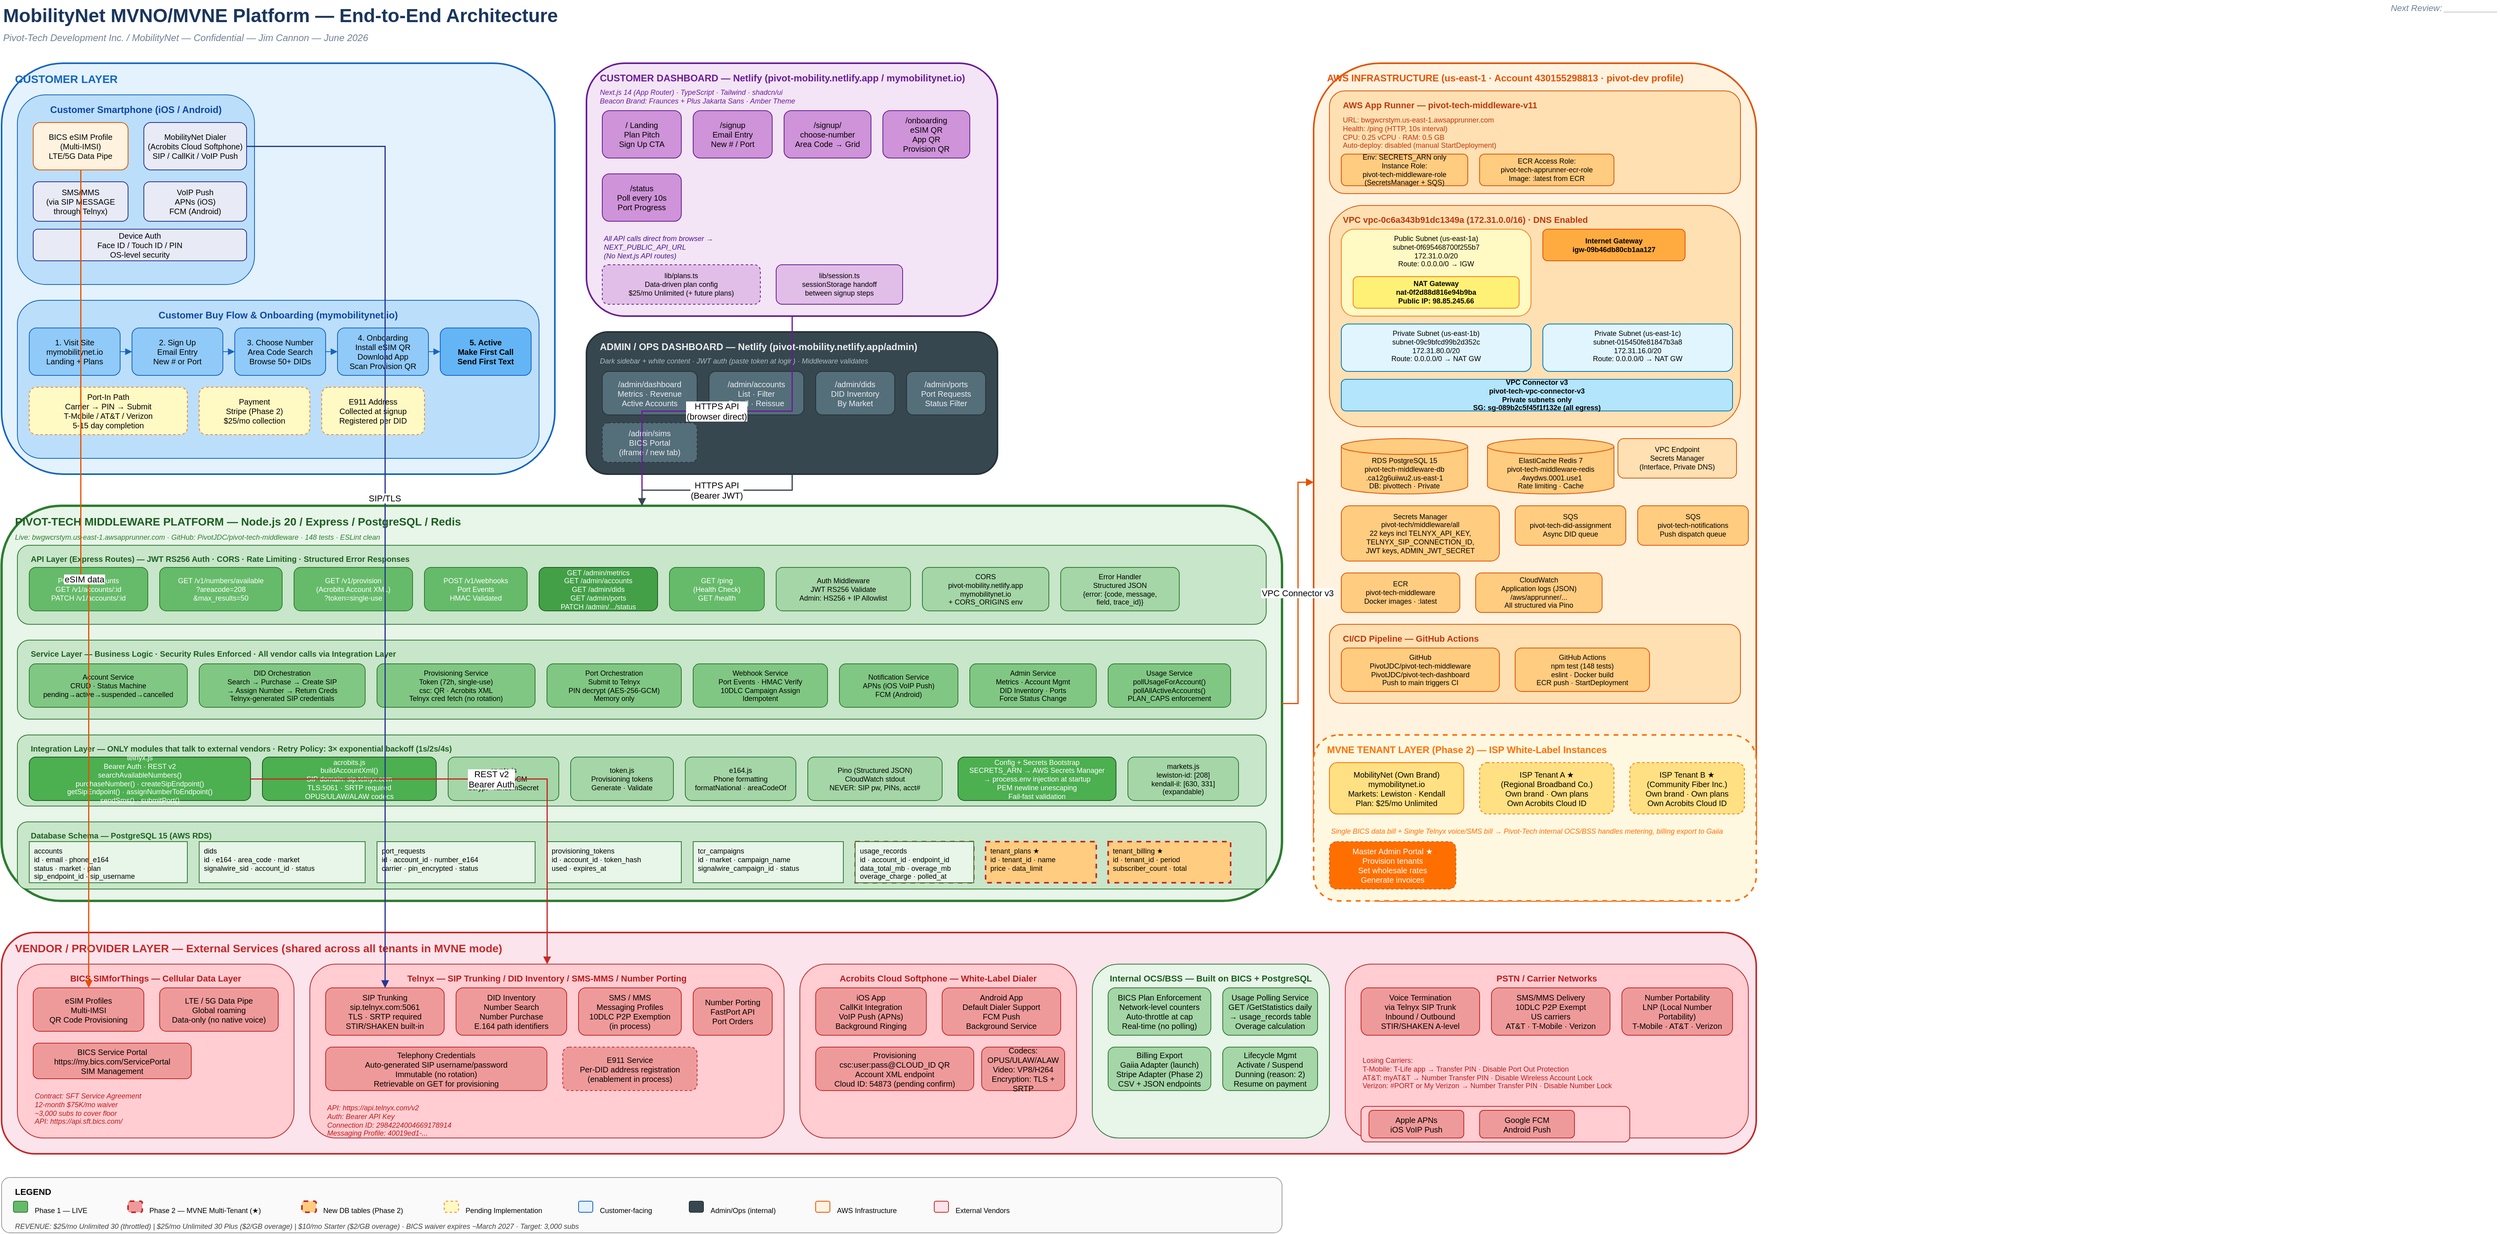
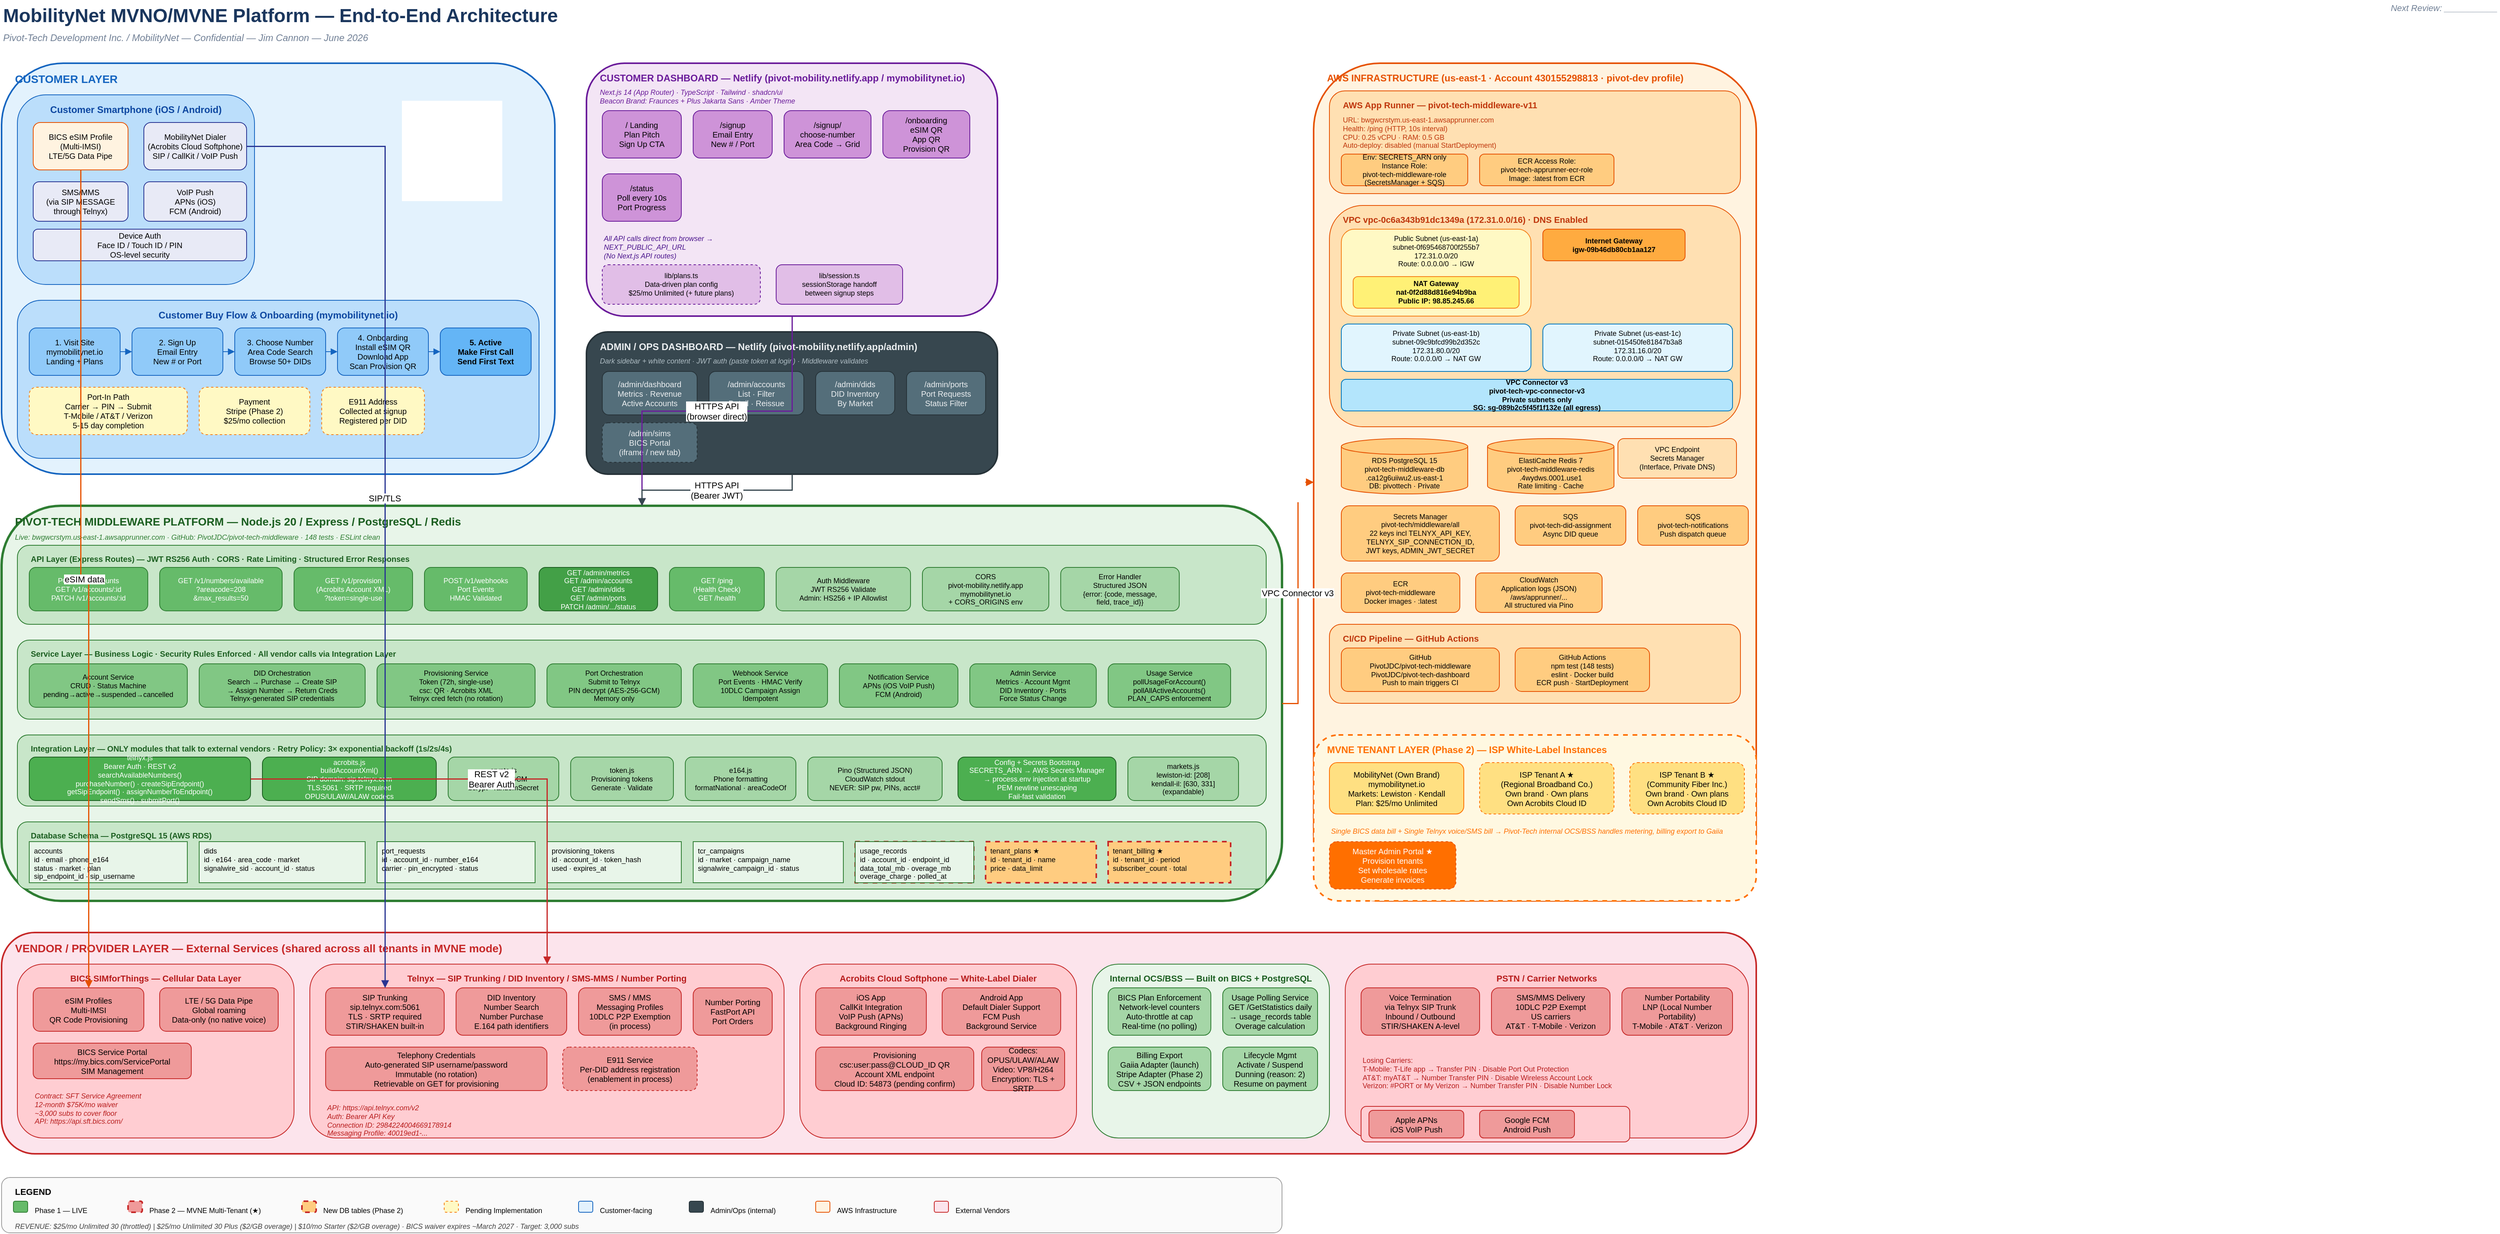
<?xml version="1.0" encoding="UTF-8"?>
- <mxfile host="app.diagrams.net" modified="2026-06-17T00:00:00.000Z" agent="Claude" version="24.0.0" type="device">
-   <diagram id="mobilitynet-e2e" name="MobilityNet E2E Architecture"><mxGraphModel dx="2800" dy="2000" grid="1" gridSize="10" guides="1" tooltips="1" connect="1" arrows="1" fold="1" page="1" pageScale="1" pageWidth="3300" pageHeight="2550" math="0" shadow="0">
+ <mxfile host="app.diagrams.net" modified="2026-06-24T00:00:00.000Z" agent="Pivot-Tech" version="24.7.6" type="device">
+   <diagram id="mobilitynet-e2e" name="MobilityNet E2E Architecture">
+     <mxGraphModel dx="2800" dy="2000" grid="1" gridSize="10" guides="1" tooltips="1" connect="1" arrows="1" fold="1" page="1" pageScale="1" pageWidth="3300" pageHeight="2550" math="0" shadow="0">
  <root>
    <mxCell id="0" />
    <mxCell id="1" parent="0" />

    <!-- ============================================================ -->
    <!-- TITLE BLOCK -->
    <!-- ============================================================ -->
    <mxCell id="title" value="MobilityNet MVNO/MVNE Platform — End-to-End Architecture" style="text;html=1;strokeColor=none;fillColor=none;align=left;verticalAlign=middle;whiteSpace=wrap;rounded=0;fontSize=24;fontStyle=1;fontColor=#1a365d;" vertex="1" parent="1">
      <mxGeometry x="40" y="20" width="1600" height="40" as="geometry" />
    </mxCell>
    <mxCell id="subtitle" value="Pivot-Tech Development Inc. / MobilityNet — Confidential — Jim Cannon — June 2026" style="text;html=1;strokeColor=none;fillColor=none;align=left;verticalAlign=middle;whiteSpace=wrap;rounded=0;fontSize=12;fontStyle=2;fontColor=#718096;" vertex="1" parent="1">
      <mxGeometry x="40" y="58" width="1200" height="20" as="geometry" />
    </mxCell>
    <mxCell id="version" value="Next Review: ___________" style="text;html=1;strokeColor=none;fillColor=none;align=right;verticalAlign=middle;whiteSpace=wrap;rounded=0;fontSize=11;fontStyle=2;fontColor=#718096;" vertex="1" parent="1">
      <mxGeometry x="2800" y="20" width="400" height="20" as="geometry" />
    </mxCell>

    <!-- ============================================================ -->
    <!-- ZONE 1: CUSTOMER LAYER (top-left) -->
    <!-- ============================================================ -->
    <mxCell id="customer_bg" value="" style="rounded=1;whiteSpace=wrap;html=1;fillColor=#e3f2fd;strokeColor=#1565c0;strokeWidth=2;verticalAlign=top;" vertex="1" parent="1">
      <mxGeometry x="40" y="100" width="700" height="520" as="geometry" />
    </mxCell>
    <mxCell id="customer_label" value="CUSTOMER LAYER" style="text;html=1;strokeColor=none;fillColor=none;align=left;verticalAlign=top;whiteSpace=wrap;rounded=0;fontSize=14;fontStyle=1;fontColor=#1565c0;" vertex="1" parent="1">
      <mxGeometry x="55" y="105" width="300" height="24" as="geometry" />
    </mxCell>

    <!-- Customer Device -->
    <mxCell id="cust_device_bg" value="" style="rounded=1;whiteSpace=wrap;html=1;fillColor=#bbdefb;strokeColor=#1565c0;strokeWidth=1;" vertex="1" parent="1">
      <mxGeometry x="60" y="140" width="300" height="240" as="geometry" />
    </mxCell>
    <mxCell id="cust_device_label" value="Customer Smartphone (iOS / Android)" style="text;html=1;strokeColor=none;fillColor=none;align=center;verticalAlign=top;whiteSpace=wrap;rounded=0;fontSize=12;fontStyle=1;fontColor=#0d47a1;" vertex="1" parent="1">
      <mxGeometry x="60" y="145" width="300" height="20" as="geometry" />
    </mxCell>
    <mxCell id="esim" value="BICS eSIM Profile&#xa;(Multi-IMSI)&#xa;LTE/5G Data Pipe" style="rounded=1;whiteSpace=wrap;html=1;fillColor=#fff3e0;strokeColor=#e65100;fontSize=10;fontStyle=0;" vertex="1" parent="1">
      <mxGeometry x="80" y="175" width="120" height="60" as="geometry" />
    </mxCell>
    <mxCell id="dialer_app" value="MobilityNet Dialer&#xa;(Acrobits Cloud Softphone)&#xa;SIP / CallKit / VoIP Push" style="rounded=1;whiteSpace=wrap;html=1;fillColor=#e8eaf6;strokeColor=#283593;fontSize=10;fontStyle=0;" vertex="1" parent="1">
      <mxGeometry x="220" y="175" width="130" height="60" as="geometry" />
    </mxCell>
    <mxCell id="native_sms" value="SMS/MMS&#xa;(via SIP MESSAGE&#xa;through Telnyx)" style="rounded=1;whiteSpace=wrap;html=1;fillColor=#e8eaf6;strokeColor=#283593;fontSize=10;" vertex="1" parent="1">
      <mxGeometry x="80" y="250" width="120" height="50" as="geometry" />
    </mxCell>
    <mxCell id="voip_push" value="VoIP Push&#xa;APNs (iOS)&#xa;FCM (Android)" style="rounded=1;whiteSpace=wrap;html=1;fillColor=#e8eaf6;strokeColor=#283593;fontSize=10;" vertex="1" parent="1">
      <mxGeometry x="220" y="250" width="130" height="50" as="geometry" />
    </mxCell>
    <mxCell id="device_auth" value="Device Auth&#xa;Face ID / Touch ID / PIN&#xa;OS-level security" style="rounded=1;whiteSpace=wrap;html=1;fillColor=#e8eaf6;strokeColor=#283593;fontSize=10;" vertex="1" parent="1">
      <mxGeometry x="80" y="310" width="270" height="40" as="geometry" />
    </mxCell>

    <!-- Customer Journey -->
    <mxCell id="journey_bg" value="" style="rounded=1;whiteSpace=wrap;html=1;fillColor=#bbdefb;strokeColor=#1565c0;strokeWidth=1;" vertex="1" parent="1">
      <mxGeometry x="60" y="400" width="660" height="200" as="geometry" />
    </mxCell>
    <mxCell id="journey_label" value="Customer Buy Flow &amp; Onboarding (mymobilitynet.io)" style="text;html=1;strokeColor=none;fillColor=none;align=center;verticalAlign=top;whiteSpace=wrap;rounded=0;fontSize=12;fontStyle=1;fontColor=#0d47a1;" vertex="1" parent="1">
      <mxGeometry x="60" y="405" width="660" height="20" as="geometry" />
    </mxCell>

    <mxCell id="step1" value="1. Visit Site&#xa;mymobilitynet.io&#xa;Landing + Plans" style="rounded=1;whiteSpace=wrap;html=1;fillColor=#90caf9;strokeColor=#1565c0;fontSize=10;" vertex="1" parent="1">
      <mxGeometry x="75" y="435" width="115" height="60" as="geometry" />
    </mxCell>
    <mxCell id="step2" value="2. Sign Up&#xa;Email Entry&#xa;New # or Port" style="rounded=1;whiteSpace=wrap;html=1;fillColor=#90caf9;strokeColor=#1565c0;fontSize=10;" vertex="1" parent="1">
      <mxGeometry x="205" y="435" width="115" height="60" as="geometry" />
    </mxCell>
    <mxCell id="step3" value="3. Choose Number&#xa;Area Code Search&#xa;Browse 50+ DIDs" style="rounded=1;whiteSpace=wrap;html=1;fillColor=#90caf9;strokeColor=#1565c0;fontSize=10;" vertex="1" parent="1">
      <mxGeometry x="335" y="435" width="115" height="60" as="geometry" />
    </mxCell>
    <mxCell id="step4" value="4. Onboarding&#xa;Install eSIM QR&#xa;Download App&#xa;Scan Provision QR" style="rounded=1;whiteSpace=wrap;html=1;fillColor=#90caf9;strokeColor=#1565c0;fontSize=10;" vertex="1" parent="1">
      <mxGeometry x="465" y="435" width="115" height="60" as="geometry" />
    </mxCell>
    <mxCell id="step5" value="5. Active&#xa;Make First Call&#xa;Send First Text" style="rounded=1;whiteSpace=wrap;html=1;fillColor=#64b5f6;strokeColor=#1565c0;fontSize=10;fontStyle=1;" vertex="1" parent="1">
      <mxGeometry x="595" y="435" width="115" height="60" as="geometry" />
    </mxCell>

    <!-- Arrows between steps -->
    <mxCell id="s1s2" value="" style="endArrow=block;endFill=1;strokeColor=#1565c0;" edge="1" parent="1" source="step1" target="step2"><mxGeometry relative="1" as="geometry" /></mxCell>
    <mxCell id="s2s3" value="" style="endArrow=block;endFill=1;strokeColor=#1565c0;" edge="1" parent="1" source="step2" target="step3"><mxGeometry relative="1" as="geometry" /></mxCell>
    <mxCell id="s3s4" value="" style="endArrow=block;endFill=1;strokeColor=#1565c0;" edge="1" parent="1" source="step3" target="step4"><mxGeometry relative="1" as="geometry" /></mxCell>
    <mxCell id="s4s5" value="" style="endArrow=block;endFill=1;strokeColor=#1565c0;" edge="1" parent="1" source="step4" target="step5"><mxGeometry relative="1" as="geometry" /></mxCell>

    <!-- Port flow -->
    <mxCell id="port_flow" value="Port-In Path&#xa;Carrier → PIN → Submit&#xa;T-Mobile / AT&amp;T / Verizon&#xa;5-15 day completion" style="rounded=1;whiteSpace=wrap;html=1;fillColor=#fff9c4;strokeColor=#f57f17;fontSize=10;dashed=1;" vertex="1" parent="1">
      <mxGeometry x="75" y="510" width="200" height="60" as="geometry" />
    </mxCell>
    <mxCell id="payment_flow" value="Payment&#xa;Stripe (Phase 2)&#xa;$25/mo collection" style="rounded=1;whiteSpace=wrap;html=1;fillColor=#fff9c4;strokeColor=#f57f17;fontSize=10;dashed=1;" vertex="1" parent="1">
      <mxGeometry x="290" y="510" width="140" height="60" as="geometry" />
    </mxCell>
    <mxCell id="e911_flow" value="E911 Address&#xa;Collected at signup&#xa;Registered per DID" style="rounded=1;whiteSpace=wrap;html=1;fillColor=#fff9c4;strokeColor=#f57f17;fontSize=10;dashed=1;" vertex="1" parent="1">
      <mxGeometry x="445" y="510" width="130" height="60" as="geometry" />
    </mxCell>

    <!-- ============================================================ -->
    <!-- ZONE 2: CUSTOMER DASHBOARD (Netlify) -->
    <!-- ============================================================ -->
    <mxCell id="netlify_bg" value="" style="rounded=1;whiteSpace=wrap;html=1;fillColor=#f3e5f5;strokeColor=#6a1b9a;strokeWidth=2;verticalAlign=top;" vertex="1" parent="1">
      <mxGeometry x="780" y="100" width="520" height="320" as="geometry" />
    </mxCell>
    <mxCell id="netlify_label" value="CUSTOMER DASHBOARD — Netlify (pivot-mobility.netlify.app / mymobilitynet.io)" style="text;html=1;strokeColor=none;fillColor=none;align=left;verticalAlign=top;whiteSpace=wrap;rounded=0;fontSize=12;fontStyle=1;fontColor=#6a1b9a;" vertex="1" parent="1">
      <mxGeometry x="795" y="105" width="490" height="20" as="geometry" />
    </mxCell>
    <mxCell id="netlify_stack" value="Next.js 14 (App Router) · TypeScript · Tailwind · shadcn/ui&#xa;Beacon Brand: Fraunces + Plus Jakarta Sans · Amber Theme" style="text;html=1;strokeColor=none;fillColor=none;align=left;verticalAlign=top;whiteSpace=wrap;rounded=0;fontSize=9;fontStyle=2;fontColor=#6a1b9a;" vertex="1" parent="1">
      <mxGeometry x="795" y="125" width="490" height="24" as="geometry" />
    </mxCell>

    <mxCell id="pg_landing" value="/ Landing&#xa;Plan Pitch&#xa;Sign Up CTA" style="rounded=1;whiteSpace=wrap;html=1;fillColor=#ce93d8;strokeColor=#6a1b9a;fontSize=10;" vertex="1" parent="1">
      <mxGeometry x="800" y="160" width="100" height="60" as="geometry" />
    </mxCell>
    <mxCell id="pg_signup" value="/signup&#xa;Email Entry&#xa;New # / Port" style="rounded=1;whiteSpace=wrap;html=1;fillColor=#ce93d8;strokeColor=#6a1b9a;fontSize=10;" vertex="1" parent="1">
      <mxGeometry x="915" y="160" width="100" height="60" as="geometry" />
    </mxCell>
    <mxCell id="pg_choose" value="/signup/&#xa;choose-number&#xa;Area Code → Grid" style="rounded=1;whiteSpace=wrap;html=1;fillColor=#ce93d8;strokeColor=#6a1b9a;fontSize=10;" vertex="1" parent="1">
      <mxGeometry x="1030" y="160" width="110" height="60" as="geometry" />
    </mxCell>
    <mxCell id="pg_onboard" value="/onboarding&#xa;eSIM QR&#xa;App QR&#xa;Provision QR" style="rounded=1;whiteSpace=wrap;html=1;fillColor=#ce93d8;strokeColor=#6a1b9a;fontSize=10;" vertex="1" parent="1">
      <mxGeometry x="1155" y="160" width="110" height="60" as="geometry" />
    </mxCell>
    <mxCell id="pg_status" value="/status&#xa;Poll every 10s&#xa;Port Progress" style="rounded=1;whiteSpace=wrap;html=1;fillColor=#ce93d8;strokeColor=#6a1b9a;fontSize=10;" vertex="1" parent="1">
      <mxGeometry x="800" y="240" width="100" height="60" as="geometry" />
    </mxCell>

    <!-- API calls label -->
    <mxCell id="api_calls_label" value="All API calls direct from browser →&#xa;NEXT_PUBLIC_API_URL&#xa;(No Next.js API routes)" style="text;html=1;strokeColor=none;fillColor=none;align=left;verticalAlign=top;whiteSpace=wrap;rounded=0;fontSize=9;fontStyle=2;fontColor=#4a148c;" vertex="1" parent="1">
      <mxGeometry x="800" y="310" width="200" height="40" as="geometry" />
    </mxCell>

    <!-- Data-driven plans -->
    <mxCell id="plans_config" value="lib/plans.ts&#xa;Data-driven plan config&#xa;$25/mo Unlimited (+ future plans)" style="rounded=1;whiteSpace=wrap;html=1;fillColor=#e1bee7;strokeColor=#6a1b9a;fontSize=9;dashed=1;" vertex="1" parent="1">
      <mxGeometry x="800" y="355" width="200" height="50" as="geometry" />
    </mxCell>
    <mxCell id="session_store" value="lib/session.ts&#xa;sessionStorage handoff&#xa;between signup steps" style="rounded=1;whiteSpace=wrap;html=1;fillColor=#e1bee7;strokeColor=#6a1b9a;fontSize=9;" vertex="1" parent="1">
      <mxGeometry x="1020" y="355" width="160" height="50" as="geometry" />
    </mxCell>

    <!-- ============================================================ -->
    <!-- ZONE 3: ADMIN / OPS DASHBOARD -->
    <!-- ============================================================ -->
    <mxCell id="admin_bg" value="" style="rounded=1;whiteSpace=wrap;html=1;fillColor=#37474f;strokeColor=#263238;strokeWidth=2;verticalAlign=top;" vertex="1" parent="1">
      <mxGeometry x="780" y="440" width="520" height="180" as="geometry" />
    </mxCell>
    <mxCell id="admin_label" value="ADMIN / OPS DASHBOARD — Netlify (pivot-mobility.netlify.app/admin)" style="text;html=1;strokeColor=none;fillColor=none;align=left;verticalAlign=top;whiteSpace=wrap;rounded=0;fontSize=12;fontStyle=1;fontColor=#eceff1;" vertex="1" parent="1">
      <mxGeometry x="795" y="445" width="490" height="20" as="geometry" />
    </mxCell>
    <mxCell id="admin_stack" value="Dark sidebar + white content · JWT auth (paste token at login) · Middleware validates" style="text;html=1;strokeColor=none;fillColor=none;align=left;verticalAlign=top;whiteSpace=wrap;rounded=0;fontSize=9;fontStyle=2;fontColor=#b0bec5;" vertex="1" parent="1">
      <mxGeometry x="795" y="465" width="490" height="16" as="geometry" />
    </mxCell>

    <mxCell id="adm_dash" value="/admin/dashboard&#xa;Metrics · Revenue&#xa;Active Accounts" style="rounded=1;whiteSpace=wrap;html=1;fillColor=#546e7a;strokeColor=#263238;fontColor=#eceff1;fontSize=10;" vertex="1" parent="1">
      <mxGeometry x="800" y="490" width="120" height="55" as="geometry" />
    </mxCell>
    <mxCell id="adm_accts" value="/admin/accounts&#xa;List · Filter&#xa;Detail · Reissue" style="rounded=1;whiteSpace=wrap;html=1;fillColor=#546e7a;strokeColor=#263238;fontColor=#eceff1;fontSize=10;" vertex="1" parent="1">
      <mxGeometry x="935" y="490" width="120" height="55" as="geometry" />
    </mxCell>
    <mxCell id="adm_dids" value="/admin/dids&#xa;DID Inventory&#xa;By Market" style="rounded=1;whiteSpace=wrap;html=1;fillColor=#546e7a;strokeColor=#263238;fontColor=#eceff1;fontSize=10;" vertex="1" parent="1">
      <mxGeometry x="1070" y="490" width="100" height="55" as="geometry" />
    </mxCell>
    <mxCell id="adm_ports" value="/admin/ports&#xa;Port Requests&#xa;Status Filter" style="rounded=1;whiteSpace=wrap;html=1;fillColor=#546e7a;strokeColor=#263238;fontColor=#eceff1;fontSize=10;" vertex="1" parent="1">
      <mxGeometry x="1185" y="490" width="100" height="55" as="geometry" />
    </mxCell>
    <mxCell id="adm_sims" value="/admin/sims&#xa;BICS Portal&#xa;(iframe / new tab)" style="rounded=1;whiteSpace=wrap;html=1;fillColor=#546e7a;strokeColor=#263238;fontColor=#eceff1;fontSize=10;dashed=1;" vertex="1" parent="1">
      <mxGeometry x="800" y="555" width="120" height="50" as="geometry" />
    </mxCell>

    <!-- ============================================================ -->
    <!-- ZONE 4: MIDDLEWARE PLATFORM (center) -->
    <!-- ============================================================ -->
    <mxCell id="mw_bg" value="" style="rounded=1;whiteSpace=wrap;html=1;fillColor=#e8f5e9;strokeColor=#2e7d32;strokeWidth=3;verticalAlign=top;" vertex="1" parent="1">
      <mxGeometry x="40" y="660" width="1620" height="500" as="geometry" />
    </mxCell>
    <mxCell id="mw_label" value="PIVOT-TECH MIDDLEWARE PLATFORM — Node.js 20 / Express / PostgreSQL / Redis" style="text;html=1;strokeColor=none;fillColor=none;align=left;verticalAlign=top;whiteSpace=wrap;rounded=0;fontSize=14;fontStyle=1;fontColor=#1b5e20;" vertex="1" parent="1">
      <mxGeometry x="55" y="665" width="800" height="24" as="geometry" />
    </mxCell>
    <mxCell id="mw_url" value="Live: bwgwcrstym.us-east-1.awsapprunner.com · GitHub: PivotJDC/pivot-tech-middleware · 148 tests · ESLint clean" style="text;html=1;strokeColor=none;fillColor=none;align=left;verticalAlign=top;whiteSpace=wrap;rounded=0;fontSize=9;fontStyle=2;fontColor=#2e7d32;" vertex="1" parent="1">
      <mxGeometry x="55" y="688" width="800" height="16" as="geometry" />
    </mxCell>

    <!-- API Layer -->
    <mxCell id="api_layer_bg" value="" style="rounded=1;whiteSpace=wrap;html=1;fillColor=#c8e6c9;strokeColor=#2e7d32;strokeWidth=1;" vertex="1" parent="1">
      <mxGeometry x="60" y="710" width="1580" height="100" as="geometry" />
    </mxCell>
    <mxCell id="api_layer_label" value="API Layer (Express Routes) — JWT RS256 Auth · CORS · Rate Limiting · Structured Error Responses" style="text;html=1;strokeColor=none;fillColor=none;align=left;verticalAlign=top;whiteSpace=wrap;rounded=0;fontSize=10;fontStyle=1;fontColor=#1b5e20;" vertex="1" parent="1">
      <mxGeometry x="75" y="715" width="700" height="16" as="geometry" />
    </mxCell>

    <mxCell id="rt_accounts" value="POST /v1/accounts&#xa;GET /v1/accounts/:id&#xa;PATCH /v1/accounts/:id" style="rounded=1;whiteSpace=wrap;html=1;fillColor=#66bb6a;strokeColor=#2e7d32;fontSize=9;fontColor=#ffffff;" vertex="1" parent="1">
      <mxGeometry x="75" y="738" width="150" height="55" as="geometry" />
    </mxCell>
    <mxCell id="rt_numbers" value="GET /v1/numbers/available&#xa;?areacode=208&#xa;&amp;max_results=50" style="rounded=1;whiteSpace=wrap;html=1;fillColor=#66bb6a;strokeColor=#2e7d32;fontSize=9;fontColor=#ffffff;" vertex="1" parent="1">
      <mxGeometry x="240" y="738" width="155" height="55" as="geometry" />
    </mxCell>
    <mxCell id="rt_provision" value="GET /v1/provision&#xa;(Acrobits Account XML)&#xa;?token=single-use" style="rounded=1;whiteSpace=wrap;html=1;fillColor=#66bb6a;strokeColor=#2e7d32;fontSize=9;fontColor=#ffffff;" vertex="1" parent="1">
      <mxGeometry x="410" y="738" width="150" height="55" as="geometry" />
    </mxCell>
    <mxCell id="rt_webhooks" value="POST /v1/webhooks&#xa;Port Events&#xa;HMAC Validated" style="rounded=1;whiteSpace=wrap;html=1;fillColor=#66bb6a;strokeColor=#2e7d32;fontSize=9;fontColor=#ffffff;" vertex="1" parent="1">
      <mxGeometry x="575" y="738" width="130" height="55" as="geometry" />
    </mxCell>
    <mxCell id="rt_admin" value="GET /admin/metrics&#xa;GET /admin/accounts&#xa;GET /admin/dids&#xa;GET /admin/ports&#xa;PATCH /admin/.../status" style="rounded=1;whiteSpace=wrap;html=1;fillColor=#43a047;strokeColor=#1b5e20;fontSize=9;fontColor=#ffffff;" vertex="1" parent="1">
      <mxGeometry x="720" y="738" width="150" height="55" as="geometry" />
    </mxCell>
    <mxCell id="rt_ping" value="GET /ping&#xa;(Health Check)&#xa;GET /health" style="rounded=1;whiteSpace=wrap;html=1;fillColor=#66bb6a;strokeColor=#2e7d32;fontSize=9;fontColor=#ffffff;" vertex="1" parent="1">
      <mxGeometry x="885" y="738" width="120" height="55" as="geometry" />
    </mxCell>

    <!-- Middleware -->
    <mxCell id="mw_auth" value="Auth Middleware&#xa;JWT RS256 Validate&#xa;Admin: HS256 + IP Allowlist" style="rounded=1;whiteSpace=wrap;html=1;fillColor=#a5d6a7;strokeColor=#2e7d32;fontSize=9;" vertex="1" parent="1">
      <mxGeometry x="1020" y="738" width="170" height="55" as="geometry" />
    </mxCell>
    <mxCell id="mw_cors" value="CORS&#xa;pivot-mobility.netlify.app&#xa;mymobilitynet.io&#xa;+ CORS_ORIGINS env" style="rounded=1;whiteSpace=wrap;html=1;fillColor=#a5d6a7;strokeColor=#2e7d32;fontSize=9;" vertex="1" parent="1">
      <mxGeometry x="1205" y="738" width="160" height="55" as="geometry" />
    </mxCell>
    <mxCell id="mw_error" value="Error Handler&#xa;Structured JSON&#xa;{error: {code, message,&#xa;field, trace_id}}" style="rounded=1;whiteSpace=wrap;html=1;fillColor=#a5d6a7;strokeColor=#2e7d32;fontSize=9;" vertex="1" parent="1">
      <mxGeometry x="1380" y="738" width="150" height="55" as="geometry" />
    </mxCell>

    <!-- Services Layer -->
    <mxCell id="svc_layer_bg" value="" style="rounded=1;whiteSpace=wrap;html=1;fillColor=#c8e6c9;strokeColor=#2e7d32;strokeWidth=1;" vertex="1" parent="1">
      <mxGeometry x="60" y="830" width="1580" height="100" as="geometry" />
    </mxCell>
    <mxCell id="svc_layer_label" value="Service Layer — Business Logic · Security Rules Enforced · All vendor calls via Integration Layer" style="text;html=1;strokeColor=none;fillColor=none;align=left;verticalAlign=top;whiteSpace=wrap;rounded=0;fontSize=10;fontStyle=1;fontColor=#1b5e20;" vertex="1" parent="1">
      <mxGeometry x="75" y="835" width="700" height="16" as="geometry" />
    </mxCell>

    <mxCell id="svc_account" value="Account Service&#xa;CRUD · Status Machine&#xa;pending→active→suspended→cancelled" style="rounded=1;whiteSpace=wrap;html=1;fillColor=#81c784;strokeColor=#2e7d32;fontSize=9;" vertex="1" parent="1">
      <mxGeometry x="75" y="860" width="200" height="55" as="geometry" />
    </mxCell>
    <mxCell id="svc_did" value="DID Orchestration&#xa;Search → Purchase → Create SIP&#xa;→ Assign Number → Return Creds&#xa;Telnyx-generated SIP credentials" style="rounded=1;whiteSpace=wrap;html=1;fillColor=#81c784;strokeColor=#2e7d32;fontSize=9;" vertex="1" parent="1">
      <mxGeometry x="290" y="860" width="210" height="55" as="geometry" />
    </mxCell>
    <mxCell id="svc_provision" value="Provisioning Service&#xa;Token (72h, single-use)&#xa;csc: QR · Acrobits XML&#xa;Telnyx cred fetch (no rotation)" style="rounded=1;whiteSpace=wrap;html=1;fillColor=#81c784;strokeColor=#2e7d32;fontSize=9;" vertex="1" parent="1">
      <mxGeometry x="515" y="860" width="200" height="55" as="geometry" />
    </mxCell>
    <mxCell id="svc_port" value="Port Orchestration&#xa;Submit to Telnyx&#xa;PIN decrypt (AES-256-GCM)&#xa;Memory only" style="rounded=1;whiteSpace=wrap;html=1;fillColor=#81c784;strokeColor=#2e7d32;fontSize=9;" vertex="1" parent="1">
      <mxGeometry x="730" y="860" width="170" height="55" as="geometry" />
    </mxCell>
    <mxCell id="svc_webhook" value="Webhook Service&#xa;Port Events · HMAC Verify&#xa;10DLC Campaign Assign&#xa;Idempotent" style="rounded=1;whiteSpace=wrap;html=1;fillColor=#81c784;strokeColor=#2e7d32;fontSize=9;" vertex="1" parent="1">
      <mxGeometry x="915" y="860" width="170" height="55" as="geometry" />
    </mxCell>
    <mxCell id="svc_notify" value="Notification Service&#xa;APNs (iOS VoIP Push)&#xa;FCM (Android)" style="rounded=1;whiteSpace=wrap;html=1;fillColor=#81c784;strokeColor=#2e7d32;fontSize=9;" vertex="1" parent="1">
      <mxGeometry x="1100" y="860" width="150" height="55" as="geometry" />
    </mxCell>
    <mxCell id="svc_admin" value="Admin Service&#xa;Metrics · Account Mgmt&#xa;DID Inventory · Ports&#xa;Force Status Change" style="rounded=1;whiteSpace=wrap;html=1;fillColor=#81c784;strokeColor=#2e7d32;fontSize=9;" vertex="1" parent="1">
      <mxGeometry x="1265" y="860" width="160" height="55" as="geometry" />
    </mxCell>
    <!-- Integration Layer -->
    <mxCell id="int_layer_bg" value="" style="rounded=1;whiteSpace=wrap;html=1;fillColor=#c8e6c9;strokeColor=#2e7d32;strokeWidth=1;" vertex="1" parent="1">
      <mxGeometry x="60" y="950" width="1580" height="90" as="geometry" />
    </mxCell>
    <mxCell id="int_layer_label" value="Integration Layer — ONLY modules that talk to external vendors · Retry Policy: 3× exponential backoff (1s/2s/4s)" style="text;html=1;strokeColor=none;fillColor=none;align=left;verticalAlign=top;whiteSpace=wrap;rounded=0;fontSize=10;fontStyle=1;fontColor=#1b5e20;" vertex="1" parent="1">
      <mxGeometry x="75" y="955" width="800" height="16" as="geometry" />
    </mxCell>

    <mxCell id="int_telnyx" value="telnyx.js&#xa;Bearer Auth · REST v2&#xa;searchAvailableNumbers()&#xa;purchaseNumber() · createSipEndpoint()&#xa;getSipEndpoint() · assignNumberToEndpoint()&#xa;sendSms() · submitPort()" style="rounded=1;whiteSpace=wrap;html=1;fillColor=#4caf50;strokeColor=#1b5e20;fontSize=9;fontColor=#ffffff;" vertex="1" parent="1">
      <mxGeometry x="75" y="978" width="280" height="55" as="geometry" />
    </mxCell>
    <mxCell id="int_acrobits" value="acrobits.js&#xa;buildAccountXml()&#xa;SIP domain: sip.telnyx.com&#xa;TLS:5061 · SRTP required&#xa;OPUS/ULAW/ALAW codecs" style="rounded=1;whiteSpace=wrap;html=1;fillColor=#4caf50;strokeColor=#1b5e20;fontSize=9;fontColor=#ffffff;" vertex="1" parent="1">
      <mxGeometry x="370" y="978" width="220" height="55" as="geometry" />
    </mxCell>

    <!-- Utility modules -->
    <mxCell id="util_crypto" value="crypto.js&#xa;AES-256-GCM&#xa;bcrypt · randomSecret" style="rounded=1;whiteSpace=wrap;html=1;fillColor=#a5d6a7;strokeColor=#2e7d32;fontSize=9;" vertex="1" parent="1">
      <mxGeometry x="605" y="978" width="140" height="55" as="geometry" />
    </mxCell>
    <mxCell id="util_token" value="token.js&#xa;Provisioning tokens&#xa;Generate · Validate" style="rounded=1;whiteSpace=wrap;html=1;fillColor=#a5d6a7;strokeColor=#2e7d32;fontSize=9;" vertex="1" parent="1">
      <mxGeometry x="760" y="978" width="130" height="55" as="geometry" />
    </mxCell>
    <mxCell id="util_e164" value="e164.js&#xa;Phone formatting&#xa;formatNational · areaCodeOf" style="rounded=1;whiteSpace=wrap;html=1;fillColor=#a5d6a7;strokeColor=#2e7d32;fontSize=9;" vertex="1" parent="1">
      <mxGeometry x="905" y="978" width="140" height="55" as="geometry" />
    </mxCell>
    <mxCell id="util_logger" value="Pino (Structured JSON)&#xa;CloudWatch stdout&#xa;NEVER: SIP pw, PINs, acct#" style="rounded=1;whiteSpace=wrap;html=1;fillColor=#a5d6a7;strokeColor=#2e7d32;fontSize=9;" vertex="1" parent="1">
      <mxGeometry x="1060" y="978" width="170" height="55" as="geometry" />
    </mxCell>

    <!-- Config / Secrets bootstrap -->
    <mxCell id="config_secrets" value="Config + Secrets Bootstrap&#xa;SECRETS_ARN → AWS Secrets Manager&#xa;→ process.env injection at startup&#xa;PEM newline unescaping&#xa;Fail-fast validation" style="rounded=1;whiteSpace=wrap;html=1;fillColor=#4caf50;strokeColor=#1b5e20;fontSize=9;fontColor=#ffffff;" vertex="1" parent="1">
      <mxGeometry x="1250" y="978" width="200" height="55" as="geometry" />
    </mxCell>
    <mxCell id="markets_config" value="markets.js&#xa;lewiston-id: [208]&#xa;kendall-il: [630, 331]&#xa;(expandable)" style="rounded=1;whiteSpace=wrap;html=1;fillColor=#a5d6a7;strokeColor=#2e7d32;fontSize=9;" vertex="1" parent="1">
      <mxGeometry x="1465" y="978" width="140" height="55" as="geometry" />
    </mxCell>

    <!-- Database schema -->
    <mxCell id="db_layer_bg" value="" style="rounded=1;whiteSpace=wrap;html=1;fillColor=#c8e6c9;strokeColor=#2e7d32;strokeWidth=1;" vertex="1" parent="1">
      <mxGeometry x="60" y="1060" width="1580" height="85" as="geometry" />
    </mxCell>
    <mxCell id="db_layer_label" value="Database Schema — PostgreSQL 15 (AWS RDS)" style="text;html=1;strokeColor=none;fillColor=none;align=left;verticalAlign=top;whiteSpace=wrap;rounded=0;fontSize=10;fontStyle=1;fontColor=#1b5e20;" vertex="1" parent="1">
      <mxGeometry x="75" y="1065" width="400" height="16" as="geometry" />
    </mxCell>

    <mxCell id="tbl_accounts" value="accounts&#xa;id · email · phone_e164&#xa;status · market · plan&#xa;sip_endpoint_id · sip_username" style="rounded=0;whiteSpace=wrap;html=1;fillColor=#e8f5e9;strokeColor=#2e7d32;fontSize=9;align=left;spacingLeft=4;verticalAlign=top;" vertex="1" parent="1">
      <mxGeometry x="75" y="1085" width="200" height="52" as="geometry" />
    </mxCell>
    <mxCell id="tbl_dids" value="dids&#xa;id · e164 · area_code · market&#xa;signalwire_sid · account_id · status" style="rounded=0;whiteSpace=wrap;html=1;fillColor=#e8f5e9;strokeColor=#2e7d32;fontSize=9;align=left;spacingLeft=4;verticalAlign=top;" vertex="1" parent="1">
      <mxGeometry x="290" y="1085" width="210" height="52" as="geometry" />
    </mxCell>
    <mxCell id="tbl_ports" value="port_requests&#xa;id · account_id · number_e164&#xa;carrier · pin_encrypted · status" style="rounded=0;whiteSpace=wrap;html=1;fillColor=#e8f5e9;strokeColor=#2e7d32;fontSize=9;align=left;spacingLeft=4;verticalAlign=top;" vertex="1" parent="1">
      <mxGeometry x="515" y="1085" width="200" height="52" as="geometry" />
    </mxCell>
    <mxCell id="tbl_tokens" value="provisioning_tokens&#xa;id · account_id · token_hash&#xa;used · expires_at" style="rounded=0;whiteSpace=wrap;html=1;fillColor=#e8f5e9;strokeColor=#2e7d32;fontSize=9;align=left;spacingLeft=4;verticalAlign=top;" vertex="1" parent="1">
      <mxGeometry x="730" y="1085" width="170" height="52" as="geometry" />
    </mxCell>
    <mxCell id="tbl_campaigns" value="tcr_campaigns&#xa;id · market · campaign_name&#xa;signalwire_campaign_id · status" style="rounded=0;whiteSpace=wrap;html=1;fillColor=#e8f5e9;strokeColor=#2e7d32;fontSize=9;align=left;spacingLeft=4;verticalAlign=top;" vertex="1" parent="1">
      <mxGeometry x="915" y="1085" width="190" height="52" as="geometry" />
    </mxCell>

    <!-- Phase 2 tenant tables -->
    <mxCell id="tbl_tenants" value="tenants ★&#xa;id · name · slug · brand&#xa;acrobits_cloud_id&#xa;wholesale_rate" style="rounded=0;whiteSpace=wrap;html=1;fillColor=#ffcc80;strokeColor=#c62828;fontSize=9;align=left;spacingLeft=4;verticalAlign=top;dashed=1;strokeWidth=2;" vertex="1" parent="1">
      <mxGeometry x="1120" y="1085" width="150" height="52" as="geometry" />
    </mxCell>
    <mxCell id="tbl_tenant_plans" value="tenant_plans ★&#xa;id · tenant_id · name&#xa;price · data_limit" style="rounded=0;whiteSpace=wrap;html=1;fillColor=#ffcc80;strokeColor=#c62828;fontSize=9;align=left;spacingLeft=4;verticalAlign=top;dashed=1;strokeWidth=2;" vertex="1" parent="1">
      <mxGeometry x="1285" y="1085" width="140" height="52" as="geometry" />
    </mxCell>
    <mxCell id="tbl_tenant_billing" value="tenant_billing ★&#xa;id · tenant_id · period&#xa;subscriber_count · total" style="rounded=0;whiteSpace=wrap;html=1;fillColor=#ffcc80;strokeColor=#c62828;fontSize=9;align=left;spacingLeft=4;verticalAlign=top;dashed=1;strokeWidth=2;" vertex="1" parent="1">
      <mxGeometry x="1440" y="1085" width="155" height="52" as="geometry" />
    </mxCell>

    <!-- ============================================================ -->
    <!-- ZONE 5: AWS INFRASTRUCTURE (right side) -->
    <!-- ============================================================ -->
    <mxCell id="aws_bg" value="" style="rounded=1;whiteSpace=wrap;html=1;fillColor=#fff3e0;strokeColor=#e65100;strokeWidth=2;verticalAlign=top;" vertex="1" parent="1">
      <mxGeometry x="1700" y="100" width="560" height="1060" as="geometry" />
    </mxCell>
    <mxCell id="aws_label" value="AWS INFRASTRUCTURE (us-east-1 · Account 430155298813 · pivot-dev profile)" style="text;html=1;strokeColor=none;fillColor=none;align=left;verticalAlign=top;whiteSpace=wrap;rounded=0;fontSize=12;fontStyle=1;fontColor=#e65100;" vertex="1" parent="1">
      <mxGeometry x="1715" y="105" width="530" height="20" as="geometry" />
    </mxCell>

    <!-- App Runner -->
    <mxCell id="apprunner_bg" value="" style="rounded=1;whiteSpace=wrap;html=1;fillColor=#ffe0b2;strokeColor=#e65100;strokeWidth=1;" vertex="1" parent="1">
      <mxGeometry x="1720" y="135" width="520" height="130" as="geometry" />
    </mxCell>
    <mxCell id="apprunner_label" value="AWS App Runner — pivot-tech-middleware-v11" style="text;html=1;strokeColor=none;fillColor=none;align=left;verticalAlign=top;whiteSpace=wrap;rounded=0;fontSize=11;fontStyle=1;fontColor=#bf360c;" vertex="1" parent="1">
      <mxGeometry x="1735" y="140" width="400" height="18" as="geometry" />
    </mxCell>
    <mxCell id="apprunner_url" value="URL: bwgwcrstym.us-east-1.awsapprunner.com&#xa;Health: /ping (HTTP, 10s interval)&#xa;CPU: 0.25 vCPU · RAM: 0.5 GB&#xa;Auto-deploy: disabled (manual StartDeployment)" style="text;html=1;strokeColor=none;fillColor=none;align=left;verticalAlign=top;whiteSpace=wrap;rounded=0;fontSize=9;fontColor=#bf360c;" vertex="1" parent="1">
      <mxGeometry x="1735" y="160" width="350" height="50" as="geometry" />
    </mxCell>
    <mxCell id="apprunner_env" value="Env: SECRETS_ARN only&#xa;Instance Role:&#xa;pivot-tech-middleware-role&#xa;(SecretsManager + SQS)" style="rounded=1;whiteSpace=wrap;html=1;fillColor=#ffcc80;strokeColor=#e65100;fontSize=9;" vertex="1" parent="1">
      <mxGeometry x="1735" y="215" width="160" height="40" as="geometry" />
    </mxCell>
    <mxCell id="apprunner_ecr" value="ECR Access Role:&#xa;pivot-tech-apprunner-ecr-role&#xa;Image: :latest from ECR" style="rounded=1;whiteSpace=wrap;html=1;fillColor=#ffcc80;strokeColor=#e65100;fontSize=9;" vertex="1" parent="1">
      <mxGeometry x="1910" y="215" width="170" height="40" as="geometry" />
    </mxCell>

    <!-- VPC -->
    <mxCell id="vpc_bg" value="" style="rounded=1;whiteSpace=wrap;html=1;fillColor=#ffe0b2;strokeColor=#e65100;strokeWidth=1;" vertex="1" parent="1">
      <mxGeometry x="1720" y="280" width="520" height="280" as="geometry" />
    </mxCell>
    <mxCell id="vpc_label" value="VPC vpc-0c6a343b91dc1349a (172.31.0.0/16) · DNS Enabled" style="text;html=1;strokeColor=none;fillColor=none;align=left;verticalAlign=top;whiteSpace=wrap;rounded=0;fontSize=11;fontStyle=1;fontColor=#bf360c;" vertex="1" parent="1">
      <mxGeometry x="1735" y="285" width="490" height="18" as="geometry" />
    </mxCell>

    <!-- Public subnet -->
    <mxCell id="pub_subnet" value="Public Subnet (us-east-1a)&#xa;subnet-0f695468700f255b7&#xa;172.31.0.0/20&#xa;Route: 0.0.0.0/0 → IGW" style="rounded=1;whiteSpace=wrap;html=1;fillColor=#fff9c4;strokeColor=#f57f17;fontSize=9;verticalAlign=top;" vertex="1" parent="1">
      <mxGeometry x="1735" y="310" width="240" height="110" as="geometry" />
    </mxCell>
    <mxCell id="nat_gw" value="NAT Gateway&#xa;nat-0f2d88d816e94b9ba&#xa;Public IP: 98.85.245.66" style="rounded=1;whiteSpace=wrap;html=1;fillColor=#fff176;strokeColor=#f57f17;fontSize=9;fontStyle=1;" vertex="1" parent="1">
      <mxGeometry x="1750" y="370" width="210" height="40" as="geometry" />
    </mxCell>
    <mxCell id="igw" value="Internet Gateway&#xa;igw-09b46db80cb1aa127" style="rounded=1;whiteSpace=wrap;html=1;fillColor=#ffab40;strokeColor=#e65100;fontSize=9;fontStyle=1;" vertex="1" parent="1">
      <mxGeometry x="1990" y="310" width="180" height="40" as="geometry" />
    </mxCell>

    <!-- Private subnets -->
    <mxCell id="priv_subnet_b" value="Private Subnet (us-east-1b)&#xa;subnet-09c9bfcd99b2d352c&#xa;172.31.80.0/20&#xa;Route: 0.0.0.0/0 → NAT GW" style="rounded=1;whiteSpace=wrap;html=1;fillColor=#e1f5fe;strokeColor=#0277bd;fontSize=9;verticalAlign=top;" vertex="1" parent="1">
      <mxGeometry x="1735" y="430" width="240" height="60" as="geometry" />
    </mxCell>
    <mxCell id="priv_subnet_c" value="Private Subnet (us-east-1c)&#xa;subnet-015450fe81847b3a8&#xa;172.31.16.0/20&#xa;Route: 0.0.0.0/0 → NAT GW" style="rounded=1;whiteSpace=wrap;html=1;fillColor=#e1f5fe;strokeColor=#0277bd;fontSize=9;verticalAlign=top;" vertex="1" parent="1">
      <mxGeometry x="1990" y="430" width="240" height="60" as="geometry" />
    </mxCell>
    <mxCell id="vpc_connector" value="VPC Connector v3&#xa;pivot-tech-vpc-connector-v3&#xa;Private subnets only&#xa;SG: sg-089b2c5f45f1f132e (all egress)" style="rounded=1;whiteSpace=wrap;html=1;fillColor=#b3e5fc;strokeColor=#0277bd;fontSize=9;fontStyle=1;" vertex="1" parent="1">
      <mxGeometry x="1735" y="500" width="495" height="40" as="geometry" />
    </mxCell>

    <!-- Data stores -->
    <mxCell id="rds" value="RDS PostgreSQL 15&#xa;pivot-tech-middleware-db&#xa;.ca12g6uiiwu2.us-east-1&#xa;DB: pivottech · Private" style="shape=cylinder3;whiteSpace=wrap;html=1;boundedLbl=1;backgroundOutline=1;size=10;fillColor=#ffcc80;strokeColor=#e65100;fontSize=9;" vertex="1" parent="1">
      <mxGeometry x="1735" y="575" width="160" height="70" as="geometry" />
    </mxCell>
    <mxCell id="redis" value="ElastiCache Redis 7&#xa;pivot-tech-middleware-redis&#xa;.4wydws.0001.use1&#xa;Rate limiting · Cache" style="shape=cylinder3;whiteSpace=wrap;html=1;boundedLbl=1;backgroundOutline=1;size=10;fillColor=#ffcc80;strokeColor=#e65100;fontSize=9;" vertex="1" parent="1">
      <mxGeometry x="1920" y="575" width="160" height="70" as="geometry" />
    </mxCell>

    <!-- Other AWS services -->
    <mxCell id="secrets_mgr" value="Secrets Manager&#xa;pivot-tech/middleware/all&#xa;22 keys incl TELNYX_API_KEY,&#xa;TELNYX_SIP_CONNECTION_ID,&#xa;JWT keys, ADMIN_JWT_SECRET" style="rounded=1;whiteSpace=wrap;html=1;fillColor=#ffcc80;strokeColor=#e65100;fontSize=9;" vertex="1" parent="1">
      <mxGeometry x="1735" y="660" width="200" height="70" as="geometry" />
    </mxCell>
    <mxCell id="sqs_did" value="SQS&#xa;pivot-tech-did-assignment&#xa;Async DID queue" style="rounded=1;whiteSpace=wrap;html=1;fillColor=#ffcc80;strokeColor=#e65100;fontSize=9;" vertex="1" parent="1">
      <mxGeometry x="1955" y="660" width="140" height="50" as="geometry" />
    </mxCell>
    <mxCell id="sqs_notify" value="SQS&#xa;pivot-tech-notifications&#xa;Push dispatch queue" style="rounded=1;whiteSpace=wrap;html=1;fillColor=#ffcc80;strokeColor=#e65100;fontSize=9;" vertex="1" parent="1">
      <mxGeometry x="2110" y="660" width="140" height="50" as="geometry" />
    </mxCell>
    <mxCell id="ecr" value="ECR&#xa;pivot-tech-middleware&#xa;Docker images · :latest" style="rounded=1;whiteSpace=wrap;html=1;fillColor=#ffcc80;strokeColor=#e65100;fontSize=9;" vertex="1" parent="1">
      <mxGeometry x="1735" y="745" width="150" height="50" as="geometry" />
    </mxCell>
    <mxCell id="cloudwatch" value="CloudWatch&#xa;Application logs (JSON)&#xa;/aws/apprunner/...&#xa;All structured via Pino" style="rounded=1;whiteSpace=wrap;html=1;fillColor=#ffcc80;strokeColor=#e65100;fontSize=9;" vertex="1" parent="1">
      <mxGeometry x="1905" y="745" width="160" height="50" as="geometry" />
    </mxCell>

    <!-- VPC Endpoints -->
    <mxCell id="vpce_sm" value="VPC Endpoint&#xa;Secrets Manager&#xa;(Interface, Private DNS)" style="rounded=1;whiteSpace=wrap;html=1;fillColor=#ffe0b2;strokeColor=#e65100;fontSize=9;" vertex="1" parent="1">
      <mxGeometry x="2085" y="575" width="150" height="50" as="geometry" />
    </mxCell>

    <!-- CI/CD -->
    <mxCell id="cicd_bg" value="" style="rounded=1;whiteSpace=wrap;html=1;fillColor=#ffe0b2;strokeColor=#e65100;strokeWidth=1;" vertex="1" parent="1">
      <mxGeometry x="1720" y="810" width="520" height="100" as="geometry" />
    </mxCell>
    <mxCell id="cicd_label" value="CI/CD Pipeline — GitHub Actions" style="text;html=1;strokeColor=none;fillColor=none;align=left;verticalAlign=top;whiteSpace=wrap;rounded=0;fontSize=11;fontStyle=1;fontColor=#bf360c;" vertex="1" parent="1">
      <mxGeometry x="1735" y="815" width="300" height="18" as="geometry" />
    </mxCell>
    <mxCell id="github" value="GitHub&#xa;PivotJDC/pivot-tech-middleware&#xa;PivotJDC/pivot-tech-dashboard&#xa;Push to main triggers CI" style="rounded=1;whiteSpace=wrap;html=1;fillColor=#ffcc80;strokeColor=#e65100;fontSize=9;" vertex="1" parent="1">
      <mxGeometry x="1735" y="840" width="200" height="55" as="geometry" />
    </mxCell>
    <mxCell id="ci_pipeline" value="GitHub Actions&#xa;npm test (148 tests)&#xa;eslint · Docker build&#xa;ECR push · StartDeployment" style="rounded=1;whiteSpace=wrap;html=1;fillColor=#ffcc80;strokeColor=#e65100;fontSize=9;" vertex="1" parent="1">
      <mxGeometry x="1955" y="840" width="170" height="55" as="geometry" />
    </mxCell>

    <!-- ============================================================ -->
    <!-- ZONE 6: VENDOR / PROVIDER LAYER (bottom) -->
    <!-- ============================================================ -->
    <mxCell id="vendor_bg" value="" style="rounded=1;whiteSpace=wrap;html=1;fillColor=#fce4ec;strokeColor=#c62828;strokeWidth=2;verticalAlign=top;" vertex="1" parent="1">
      <mxGeometry x="40" y="1200" width="2220" height="280" as="geometry" />
    </mxCell>
    <mxCell id="vendor_label" value="VENDOR / PROVIDER LAYER — External Services (shared across all tenants in MVNE mode)" style="text;html=1;strokeColor=none;fillColor=none;align=left;verticalAlign=top;whiteSpace=wrap;rounded=0;fontSize=14;fontStyle=1;fontColor=#c62828;" vertex="1" parent="1">
      <mxGeometry x="55" y="1205" width="800" height="24" as="geometry" />
    </mxCell>

    <!-- BICS -->
    <mxCell id="bics_bg" value="" style="rounded=1;whiteSpace=wrap;html=1;fillColor=#ffcdd2;strokeColor=#c62828;strokeWidth=1;" vertex="1" parent="1">
      <mxGeometry x="60" y="1240" width="350" height="220" as="geometry" />
    </mxCell>
    <mxCell id="bics_label" value="BICS SIMforThings — Cellular Data Layer" style="text;html=1;strokeColor=none;fillColor=none;align=center;verticalAlign=top;whiteSpace=wrap;rounded=0;fontSize=11;fontStyle=1;fontColor=#b71c1c;" vertex="1" parent="1">
      <mxGeometry x="60" y="1245" width="350" height="18" as="geometry" />
    </mxCell>
    <mxCell id="bics_esim" value="eSIM Profiles&#xa;Multi-IMSI&#xa;QR Code Provisioning" style="rounded=1;whiteSpace=wrap;html=1;fillColor=#ef9a9a;strokeColor=#c62828;fontSize=10;" vertex="1" parent="1">
      <mxGeometry x="80" y="1270" width="140" height="55" as="geometry" />
    </mxCell>
    <mxCell id="bics_data" value="LTE / 5G Data Pipe&#xa;Global roaming&#xa;Data-only (no native voice)" style="rounded=1;whiteSpace=wrap;html=1;fillColor=#ef9a9a;strokeColor=#c62828;fontSize=10;" vertex="1" parent="1">
      <mxGeometry x="240" y="1270" width="150" height="55" as="geometry" />
    </mxCell>
    <mxCell id="bics_portal" value="BICS Service Portal&#xa;https://my.bics.com/ServicePortal&#xa;SIM Management" style="rounded=1;whiteSpace=wrap;html=1;fillColor=#ef9a9a;strokeColor=#c62828;fontSize=10;" vertex="1" parent="1">
      <mxGeometry x="80" y="1340" width="200" height="45" as="geometry" />
    </mxCell>
    <mxCell id="bics_contract" value="Contract: SFT Service Agreement&#xa;12-month $75K/mo waiver&#xa;~3,000 subs to cover floor&#xa;API: https://api.sft.bics.com/" style="text;html=1;strokeColor=none;fillColor=none;align=left;verticalAlign=top;whiteSpace=wrap;rounded=0;fontSize=9;fontStyle=2;fontColor=#b71c1c;" vertex="1" parent="1">
      <mxGeometry x="80" y="1395" width="300" height="50" as="geometry" />
    </mxCell>

    <!-- Telnyx -->
    <mxCell id="telnyx_bg" value="" style="rounded=1;whiteSpace=wrap;html=1;fillColor=#ffcdd2;strokeColor=#c62828;strokeWidth=1;" vertex="1" parent="1">
      <mxGeometry x="430" y="1240" width="600" height="220" as="geometry" />
    </mxCell>
    <mxCell id="telnyx_label" value="Telnyx — SIP Trunking / DID Inventory / SMS-MMS / Number Porting" style="text;html=1;strokeColor=none;fillColor=none;align=center;verticalAlign=top;whiteSpace=wrap;rounded=0;fontSize=11;fontStyle=1;fontColor=#b71c1c;" vertex="1" parent="1">
      <mxGeometry x="430" y="1245" width="600" height="18" as="geometry" />
    </mxCell>

    <mxCell id="telnyx_sip" value="SIP Trunking&#xa;sip.telnyx.com:5061&#xa;TLS · SRTP required&#xa;STIR/SHAKEN built-in" style="rounded=1;whiteSpace=wrap;html=1;fillColor=#ef9a9a;strokeColor=#c62828;fontSize=10;" vertex="1" parent="1">
      <mxGeometry x="450" y="1270" width="150" height="60" as="geometry" />
    </mxCell>
    <mxCell id="telnyx_did" value="DID Inventory&#xa;Number Search&#xa;Number Purchase&#xa;E.164 path identifiers" style="rounded=1;whiteSpace=wrap;html=1;fillColor=#ef9a9a;strokeColor=#c62828;fontSize=10;" vertex="1" parent="1">
      <mxGeometry x="615" y="1270" width="140" height="60" as="geometry" />
    </mxCell>
    <mxCell id="telnyx_sms" value="SMS / MMS&#xa;Messaging Profiles&#xa;10DLC P2P Exemption&#xa;(in process)" style="rounded=1;whiteSpace=wrap;html=1;fillColor=#ef9a9a;strokeColor=#c62828;fontSize=10;" vertex="1" parent="1">
      <mxGeometry x="770" y="1270" width="130" height="60" as="geometry" />
    </mxCell>
    <mxCell id="telnyx_port" value="Number Porting&#xa;FastPort API&#xa;Port Orders" style="rounded=1;whiteSpace=wrap;html=1;fillColor=#ef9a9a;strokeColor=#c62828;fontSize=10;" vertex="1" parent="1">
      <mxGeometry x="915" y="1270" width="100" height="60" as="geometry" />
    </mxCell>
    <mxCell id="telnyx_cred" value="Telephony Credentials&#xa;Auto-generated SIP username/password&#xa;Immutable (no rotation)&#xa;Retrievable on GET for provisioning" style="rounded=1;whiteSpace=wrap;html=1;fillColor=#ef9a9a;strokeColor=#c62828;fontSize=10;" vertex="1" parent="1">
      <mxGeometry x="450" y="1345" width="280" height="55" as="geometry" />
    </mxCell>
    <mxCell id="telnyx_e911" value="E911 Service&#xa;Per-DID address registration&#xa;(enablement in process)" style="rounded=1;whiteSpace=wrap;html=1;fillColor=#ef9a9a;strokeColor=#c62828;fontSize=10;dashed=1;" vertex="1" parent="1">
      <mxGeometry x="750" y="1345" width="170" height="55" as="geometry" />
    </mxCell>
    <mxCell id="telnyx_api" value="API: https://api.telnyx.com/v2&#xa;Auth: Bearer API Key&#xa;Connection ID: 2984224004669178914&#xa;Messaging Profile: 40019ed1-..." style="text;html=1;strokeColor=none;fillColor=none;align=left;verticalAlign=top;whiteSpace=wrap;rounded=0;fontSize=9;fontStyle=2;fontColor=#b71c1c;" vertex="1" parent="1">
      <mxGeometry x="450" y="1410" width="350" height="50" as="geometry" />
    </mxCell>

    <!-- Acrobits -->
    <mxCell id="acrobits_bg" value="" style="rounded=1;whiteSpace=wrap;html=1;fillColor=#ffcdd2;strokeColor=#c62828;strokeWidth=1;" vertex="1" parent="1">
      <mxGeometry x="1050" y="1240" width="350" height="220" as="geometry" />
    </mxCell>
    <mxCell id="acrobits_label" value="Acrobits Cloud Softphone — White-Label Dialer" style="text;html=1;strokeColor=none;fillColor=none;align=center;verticalAlign=top;whiteSpace=wrap;rounded=0;fontSize=11;fontStyle=1;fontColor=#b71c1c;" vertex="1" parent="1">
      <mxGeometry x="1050" y="1245" width="350" height="18" as="geometry" />
    </mxCell>
    <mxCell id="acrobits_ios" value="iOS App&#xa;CallKit Integration&#xa;VoIP Push (APNs)&#xa;Background Ringing" style="rounded=1;whiteSpace=wrap;html=1;fillColor=#ef9a9a;strokeColor=#c62828;fontSize=10;" vertex="1" parent="1">
      <mxGeometry x="1070" y="1270" width="140" height="60" as="geometry" />
    </mxCell>
    <mxCell id="acrobits_android" value="Android App&#xa;Default Dialer Support&#xa;FCM Push&#xa;Background Service" style="rounded=1;whiteSpace=wrap;html=1;fillColor=#ef9a9a;strokeColor=#c62828;fontSize=10;" vertex="1" parent="1">
      <mxGeometry x="1230" y="1270" width="150" height="60" as="geometry" />
    </mxCell>
    <mxCell id="acrobits_prov" value="Provisioning&#xa;csc:user:pass@CLOUD_ID QR&#xa;Account XML endpoint&#xa;Cloud ID: 54873 (pending confirm)" style="rounded=1;whiteSpace=wrap;html=1;fillColor=#ef9a9a;strokeColor=#c62828;fontSize=10;" vertex="1" parent="1">
      <mxGeometry x="1070" y="1345" width="200" height="55" as="geometry" />
    </mxCell>
    <mxCell id="acrobits_codecs" value="Codecs: OPUS/ULAW/ALAW&#xa;Video: VP8/H264&#xa;Encryption: TLS + SRTP" style="rounded=1;whiteSpace=wrap;html=1;fillColor=#ef9a9a;strokeColor=#c62828;fontSize=10;" vertex="1" parent="1">
      <mxGeometry x="1280" y="1345" width="105" height="55" as="geometry" />
    </mxCell>

    <!-- Telgoo5 -->
    <!-- PSTN -->
    <mxCell id="pstn_bg" value="" style="rounded=1;whiteSpace=wrap;html=1;fillColor=#ffcdd2;strokeColor=#c62828;strokeWidth=1;" vertex="1" parent="1">
      <mxGeometry x="1740" y="1240" width="510" height="220" as="geometry" />
    </mxCell>
    <mxCell id="pstn_label" value="PSTN / Carrier Networks" style="text;html=1;strokeColor=none;fillColor=none;align=center;verticalAlign=top;whiteSpace=wrap;rounded=0;fontSize=11;fontStyle=1;fontColor=#b71c1c;" vertex="1" parent="1">
      <mxGeometry x="1740" y="1245" width="510" height="18" as="geometry" />
    </mxCell>
    <mxCell id="pstn_voice" value="Voice Termination&#xa;via Telnyx SIP Trunk&#xa;Inbound / Outbound&#xa;STIR/SHAKEN A-level" style="rounded=1;whiteSpace=wrap;html=1;fillColor=#ef9a9a;strokeColor=#c62828;fontSize=10;" vertex="1" parent="1">
      <mxGeometry x="1760" y="1270" width="150" height="60" as="geometry" />
    </mxCell>
    <mxCell id="pstn_sms" value="SMS/MMS Delivery&#xa;10DLC P2P Exempt&#xa;US carriers&#xa;AT&amp;T · T-Mobile · Verizon" style="rounded=1;whiteSpace=wrap;html=1;fillColor=#ef9a9a;strokeColor=#c62828;fontSize=10;" vertex="1" parent="1">
      <mxGeometry x="1925" y="1270" width="150" height="60" as="geometry" />
    </mxCell>
    <mxCell id="pstn_port" value="Number Portability&#xa;LNP (Local Number&#xa;Portability)&#xa;T-Mobile · AT&amp;T · Verizon" style="rounded=1;whiteSpace=wrap;html=1;fillColor=#ef9a9a;strokeColor=#c62828;fontSize=10;" vertex="1" parent="1">
      <mxGeometry x="2090" y="1270" width="140" height="60" as="geometry" />
    </mxCell>
    <mxCell id="pstn_carriers" value="Losing Carriers:&#xa;T-Mobile: T-Life app → Transfer PIN · Disable Port Out Protection&#xa;AT&amp;T: myAT&amp;T → Number Transfer PIN · Disable Wireless Account Lock&#xa;Verizon: #PORT or My Verizon → Number Transfer PIN · Disable Number Lock" style="text;html=1;strokeColor=none;fillColor=none;align=left;verticalAlign=top;whiteSpace=wrap;rounded=0;fontSize=9;fontStyle=0;fontColor=#b71c1c;" vertex="1" parent="1">
      <mxGeometry x="1760" y="1350" width="480" height="55" as="geometry" />
    </mxCell>

    <!-- Push notification services -->
    <mxCell id="push_bg" value="" style="rounded=1;whiteSpace=wrap;html=1;fillColor=#ffcdd2;strokeColor=#c62828;strokeWidth=1;" vertex="1" parent="1">
      <mxGeometry x="1760" y="1420" width="340" height="45" as="geometry" />
    </mxCell>
    <mxCell id="push_apns" value="Apple APNs&#xa;iOS VoIP Push" style="rounded=1;whiteSpace=wrap;html=1;fillColor=#ef9a9a;strokeColor=#c62828;fontSize=10;" vertex="1" parent="1">
      <mxGeometry x="1770" y="1425" width="120" height="35" as="geometry" />
    </mxCell>
    <mxCell id="push_fcm" value="Google FCM&#xa;Android Push" style="rounded=1;whiteSpace=wrap;html=1;fillColor=#ef9a9a;strokeColor=#c62828;fontSize=10;" vertex="1" parent="1">
      <mxGeometry x="1910" y="1425" width="120" height="35" as="geometry" />
    </mxCell>

    <!-- ============================================================ -->
    <!-- ZONE 7: MVNE TENANT LAYER (Phase 2, right bottom) -->
    <!-- ============================================================ -->
    <mxCell id="mvne_bg" value="" style="rounded=1;whiteSpace=wrap;html=1;fillColor=#fff8e1;strokeColor=#ff6f00;strokeWidth=2;verticalAlign=top;dashed=1;" vertex="1" parent="1">
      <mxGeometry x="1700" y="950" width="560" height="210" as="geometry" />
    </mxCell>
    <mxCell id="mvne_label" value="MVNE TENANT LAYER (Phase 2) — ISP White-Label Instances" style="text;html=1;strokeColor=none;fillColor=none;align=left;verticalAlign=top;whiteSpace=wrap;rounded=0;fontSize=12;fontStyle=1;fontColor=#ff6f00;" vertex="1" parent="1">
      <mxGeometry x="1715" y="955" width="530" height="20" as="geometry" />
    </mxCell>

    <mxCell id="tenant_own" value="MobilityNet (Own Brand)&#xa;mymobilitynet.io&#xa;Markets: Lewiston · Kendall&#xa;Plan: $25/mo Unlimited" style="rounded=1;whiteSpace=wrap;html=1;fillColor=#ffe082;strokeColor=#ff6f00;fontSize=10;" vertex="1" parent="1">
      <mxGeometry x="1720" y="985" width="170" height="65" as="geometry" />
    </mxCell>
    <mxCell id="tenant_a" value="ISP Tenant A ★&#xa;(Regional Broadband Co.)&#xa;Own brand · Own plans&#xa;Own Acrobits Cloud ID" style="rounded=1;whiteSpace=wrap;html=1;fillColor=#ffe082;strokeColor=#ff6f00;fontSize=10;dashed=1;" vertex="1" parent="1">
      <mxGeometry x="1910" y="985" width="170" height="65" as="geometry" />
    </mxCell>
    <mxCell id="tenant_b" value="ISP Tenant B ★&#xa;(Community Fiber Inc.)&#xa;Own brand · Own plans&#xa;Own Acrobits Cloud ID" style="rounded=1;whiteSpace=wrap;html=1;fillColor=#ffe082;strokeColor=#ff6f00;fontSize=10;dashed=1;" vertex="1" parent="1">
      <mxGeometry x="2100" y="985" width="145" height="65" as="geometry" />
    </mxCell>
    <mxCell id="mvne_billing" value="Single BICS data bill + Single Telnyx voice/SMS bill → Pivot-Tech internal OCS/BSS handles metering, billing export to Gaiia" style="text;html=1;strokeColor=none;fillColor=none;align=left;verticalAlign=top;whiteSpace=wrap;rounded=0;fontSize=9;fontStyle=2;fontColor=#ff6f00;" vertex="1" parent="1">
      <mxGeometry x="1720" y="1060" width="520" height="16" as="geometry" />
    </mxCell>
    <mxCell id="master_admin" value="Master Admin Portal ★&#xa;Provision tenants&#xa;Set wholesale rates&#xa;Generate invoices" style="rounded=1;whiteSpace=wrap;html=1;fillColor=#ff6f00;strokeColor=#e65100;fontColor=#ffffff;fontSize=10;dashed=1;" vertex="1" parent="1">
      <mxGeometry x="1720" y="1085" width="160" height="60" as="geometry" />
    </mxCell>

    <!-- ============================================================ -->
    <!-- CONNECTOR ARROWS -->
    <!-- ============================================================ -->

    <!-- Customer device → BICS (data) -->
    <mxCell id="arr_dev_bics" value="eSIM data" style="edgeStyle=orthogonalEdgeStyle;rounded=0;strokeColor=#e65100;strokeWidth=1.5;endArrow=block;endFill=1;dashed=0;" edge="1" parent="1" source="esim" target="bics_esim">
      <mxGeometry relative="1" as="geometry" />
    </mxCell>

    <!-- Customer device → Telnyx (SIP) -->
    <mxCell id="arr_dev_telnyx" value="SIP/TLS" style="edgeStyle=orthogonalEdgeStyle;rounded=0;strokeColor=#283593;strokeWidth=1.5;endArrow=block;endFill=1;" edge="1" parent="1" source="dialer_app" target="telnyx_sip">
      <mxGeometry relative="1" as="geometry" />
    </mxCell>

    <!-- Dashboard → Middleware -->
    <mxCell id="arr_dash_mw" value="HTTPS API&#xa;(browser direct)" style="edgeStyle=orthogonalEdgeStyle;rounded=0;strokeColor=#6a1b9a;strokeWidth=1.5;endArrow=block;endFill=1;" edge="1" parent="1" source="netlify_bg" target="mw_bg">
      <mxGeometry relative="1" as="geometry" />
    </mxCell>

    <!-- Admin → Middleware -->
    <mxCell id="arr_admin_mw" value="HTTPS API&#xa;(Bearer JWT)" style="edgeStyle=orthogonalEdgeStyle;rounded=0;strokeColor=#37474f;strokeWidth=1.5;endArrow=block;endFill=1;" edge="1" parent="1" source="admin_bg" target="mw_bg">
      <mxGeometry relative="1" as="geometry" />
    </mxCell>

    <!-- Middleware → Telnyx -->
    <mxCell id="arr_mw_telnyx" value="REST v2&#xa;Bearer Auth" style="edgeStyle=orthogonalEdgeStyle;rounded=0;strokeColor=#c62828;strokeWidth=1.5;endArrow=block;endFill=1;" edge="1" parent="1" source="int_telnyx" target="telnyx_bg">
      <mxGeometry relative="1" as="geometry" />
    </mxCell>

    <!-- Middleware → AWS -->
    <mxCell id="arr_mw_aws" value="VPC Connector v3" style="edgeStyle=orthogonalEdgeStyle;rounded=0;strokeColor=#e65100;strokeWidth=1.5;endArrow=block;endFill=1;" edge="1" parent="1" source="mw_bg" target="aws_bg">
      <mxGeometry relative="1" as="geometry" />
    </mxCell>

    <!-- ============================================================ -->
    <!-- LEGEND -->
    <!-- ============================================================ -->
    <mxCell id="legend_bg" value="" style="rounded=1;whiteSpace=wrap;html=1;fillColor=#fafafa;strokeColor=#9e9e9e;strokeWidth=1;" vertex="1" parent="1">
      <mxGeometry x="40" y="1510" width="1620" height="70" as="geometry" />
    </mxCell>
    <mxCell id="legend_title" value="LEGEND" style="text;html=1;strokeColor=none;fillColor=none;align=left;verticalAlign=top;whiteSpace=wrap;rounded=0;fontSize=11;fontStyle=1;" vertex="1" parent="1">
      <mxGeometry x="55" y="1515" width="100" height="16" as="geometry" />
    </mxCell>

    <mxCell id="leg1" value="" style="rounded=1;fillColor=#66bb6a;strokeColor=#2e7d32;" vertex="1" parent="1">
      <mxGeometry x="55" y="1540" width="18" height="14" as="geometry" />
    </mxCell>
    <mxCell id="leg1t" value="Phase 1 — LIVE" style="text;html=1;strokeColor=none;fillColor=none;align=left;fontSize=9;" vertex="1" parent="1">
      <mxGeometry x="80" y="1540" width="100" height="14" as="geometry" />
    </mxCell>

    <mxCell id="leg2" value="" style="rounded=1;fillColor=#ef9a9a;strokeColor=#c62828;dashed=1;strokeWidth=2;" vertex="1" parent="1">
      <mxGeometry x="200" y="1540" width="18" height="14" as="geometry" />
    </mxCell>
    <mxCell id="leg2t" value="Phase 2 — MVNE Multi-Tenant (★)" style="text;html=1;strokeColor=none;fillColor=none;align=left;fontSize=9;" vertex="1" parent="1">
      <mxGeometry x="225" y="1540" width="180" height="14" as="geometry" />
    </mxCell>

    <mxCell id="leg3" value="" style="rounded=1;fillColor=#ffcc80;strokeColor=#c62828;dashed=1;strokeWidth=2;" vertex="1" parent="1">
      <mxGeometry x="420" y="1540" width="18" height="14" as="geometry" />
    </mxCell>
    <mxCell id="leg3t" value="New DB tables (Phase 2)" style="text;html=1;strokeColor=none;fillColor=none;align=left;fontSize=9;" vertex="1" parent="1">
      <mxGeometry x="445" y="1540" width="140" height="14" as="geometry" />
    </mxCell>

    <mxCell id="leg4" value="" style="rounded=1;fillColor=#fff9c4;strokeColor=#f57f17;dashed=1;" vertex="1" parent="1">
      <mxGeometry x="600" y="1540" width="18" height="14" as="geometry" />
    </mxCell>
    <mxCell id="leg4t" value="Pending Implementation" style="text;html=1;strokeColor=none;fillColor=none;align=left;fontSize=9;" vertex="1" parent="1">
      <mxGeometry x="625" y="1540" width="130" height="14" as="geometry" />
    </mxCell>

    <mxCell id="leg5" value="" style="rounded=1;fillColor=#e3f2fd;strokeColor=#1565c0;" vertex="1" parent="1">
      <mxGeometry x="770" y="1540" width="18" height="14" as="geometry" />
    </mxCell>
    <mxCell id="leg5t" value="Customer-facing" style="text;html=1;strokeColor=none;fillColor=none;align=left;fontSize=9;" vertex="1" parent="1">
      <mxGeometry x="795" y="1540" width="100" height="14" as="geometry" />
    </mxCell>

    <mxCell id="leg6" value="" style="rounded=1;fillColor=#37474f;strokeColor=#263238;" vertex="1" parent="1">
      <mxGeometry x="910" y="1540" width="18" height="14" as="geometry" />
    </mxCell>
    <mxCell id="leg6t" value="Admin/Ops (internal)" style="text;html=1;strokeColor=none;fillColor=none;align=left;fontSize=9;" vertex="1" parent="1">
      <mxGeometry x="935" y="1540" width="120" height="14" as="geometry" />
    </mxCell>

    <mxCell id="leg7" value="" style="rounded=1;fillColor=#fff3e0;strokeColor=#e65100;" vertex="1" parent="1">
      <mxGeometry x="1070" y="1540" width="18" height="14" as="geometry" />
    </mxCell>
    <mxCell id="leg7t" value="AWS Infrastructure" style="text;html=1;strokeColor=none;fillColor=none;align=left;fontSize=9;" vertex="1" parent="1">
      <mxGeometry x="1095" y="1540" width="110" height="14" as="geometry" />
    </mxCell>

    <mxCell id="leg8" value="" style="rounded=1;fillColor=#fce4ec;strokeColor=#c62828;" vertex="1" parent="1">
      <mxGeometry x="1220" y="1540" width="18" height="14" as="geometry" />
    </mxCell>
    <mxCell id="leg8t" value="External Vendors" style="text;html=1;strokeColor=none;fillColor=none;align=left;fontSize=9;" vertex="1" parent="1">
      <mxGeometry x="1245" y="1540" width="100" height="14" as="geometry" />
    </mxCell>

    <!-- Revenue model -->
    <mxCell id="rev_label" value="REVENUE: $25/mo Unlimited 30 (throttled) | $25/mo Unlimited 30 Plus ($2/GB overage) | $10/mo Starter ($2/GB overage) · BICS waiver expires ~March 2027 · Target: 3,000 subs" style="text;html=1;strokeColor=none;fillColor=none;align=left;verticalAlign=top;whiteSpace=wrap;rounded=0;fontSize=9;fontStyle=2;fontColor=#424242;" vertex="1" parent="1">
      <mxGeometry x="55" y="1560" width="1580" height="14" as="geometry" />
    </mxCell>

    <mxCell id="ocs_bg" value="" style="rounded=1;whiteSpace=wrap;html=1;fillColor=#e8f5e9;strokeColor=#2e7d32;strokeWidth=1;" vertex="1" parent="1">
      <mxGeometry x="1420" y="1240" width="300" height="220" as="geometry" />
    </mxCell>
    <mxCell id="ocs_label" value="Internal OCS/BSS — Built on BICS + PostgreSQL" style="text;html=1;strokeColor=none;fillColor=none;align=center;verticalAlign=top;whiteSpace=wrap;rounded=0;fontSize=11;fontStyle=1;fontColor=#1b5e20;" vertex="1" parent="1">
      <mxGeometry x="1420" y="1245" width="300" height="18" as="geometry" />
    </mxCell>
    <mxCell id="ocs_enforce" value="BICS Plan Enforcement&#xa;Network-level counters&#xa;Auto-throttle at cap&#xa;Real-time (no polling)" style="rounded=1;whiteSpace=wrap;html=1;fillColor=#a5d6a7;strokeColor=#2e7d32;fontSize=10;" vertex="1" parent="1">
      <mxGeometry x="1440" y="1270" width="130" height="60" as="geometry" />
    </mxCell>
    <mxCell id="ocs_usage" value="Usage Polling Service&#xa;GET /GetStatistics daily&#xa;→ usage_records table&#xa;Overage calculation" style="rounded=1;whiteSpace=wrap;html=1;fillColor=#a5d6a7;strokeColor=#2e7d32;fontSize=10;" vertex="1" parent="1">
      <mxGeometry x="1585" y="1270" width="120" height="60" as="geometry" />
    </mxCell>
    <mxCell id="ocs_billing" value="Billing Export&#xa;Gaiia Adapter (launch)&#xa;Stripe Adapter (Phase 2)&#xa;CSV + JSON endpoints" style="rounded=1;whiteSpace=wrap;html=1;fillColor=#a5d6a7;strokeColor=#2e7d32;fontSize=10;" vertex="1" parent="1">
      <mxGeometry x="1440" y="1345" width="130" height="55" as="geometry" />
    </mxCell>
    <mxCell id="ocs_lifecycle" value="Lifecycle Mgmt&#xa;Activate / Suspend&#xa;Dunning (reason: 2)&#xa;Resume on payment" style="rounded=1;whiteSpace=wrap;html=1;fillColor=#a5d6a7;strokeColor=#2e7d32;fontSize=10;" vertex="1" parent="1">
      <mxGeometry x="1585" y="1345" width="120" height="55" as="geometry" />
    </mxCell>
    <mxCell id="svc_usage" value="Usage Service&#xa;pollUsageForAccount()&#xa;pollAllActiveAccounts()&#xa;PLAN_CAPS enforcement" style="rounded=1;whiteSpace=wrap;html=1;fillColor=#81c784;strokeColor=#2e7d32;fontSize=9;" vertex="1" parent="1">
      <mxGeometry x="1440" y="860" width="155" height="55" as="geometry" />
    </mxCell>
    <mxCell id="tbl_usage" value="usage_records&#xa;id · account_id · endpoint_id&#xa;data_total_mb · overage_mb&#xa;overage_charge · polled_at" style="rounded=0;whiteSpace=wrap;html=1;fillColor=#e8f5e9;strokeColor=#2e7d32;fontSize=9;align=left;spacingLeft=4;verticalAlign=top;" vertex="1" parent="1">
      <mxGeometry x="1120" y="1085" width="150" height="52" as="geometry" />
    </mxCell>
  </root>
- </mxGraphModel></diagram>
+ </mxGraphModel>
+   </diagram>
</mxfile>